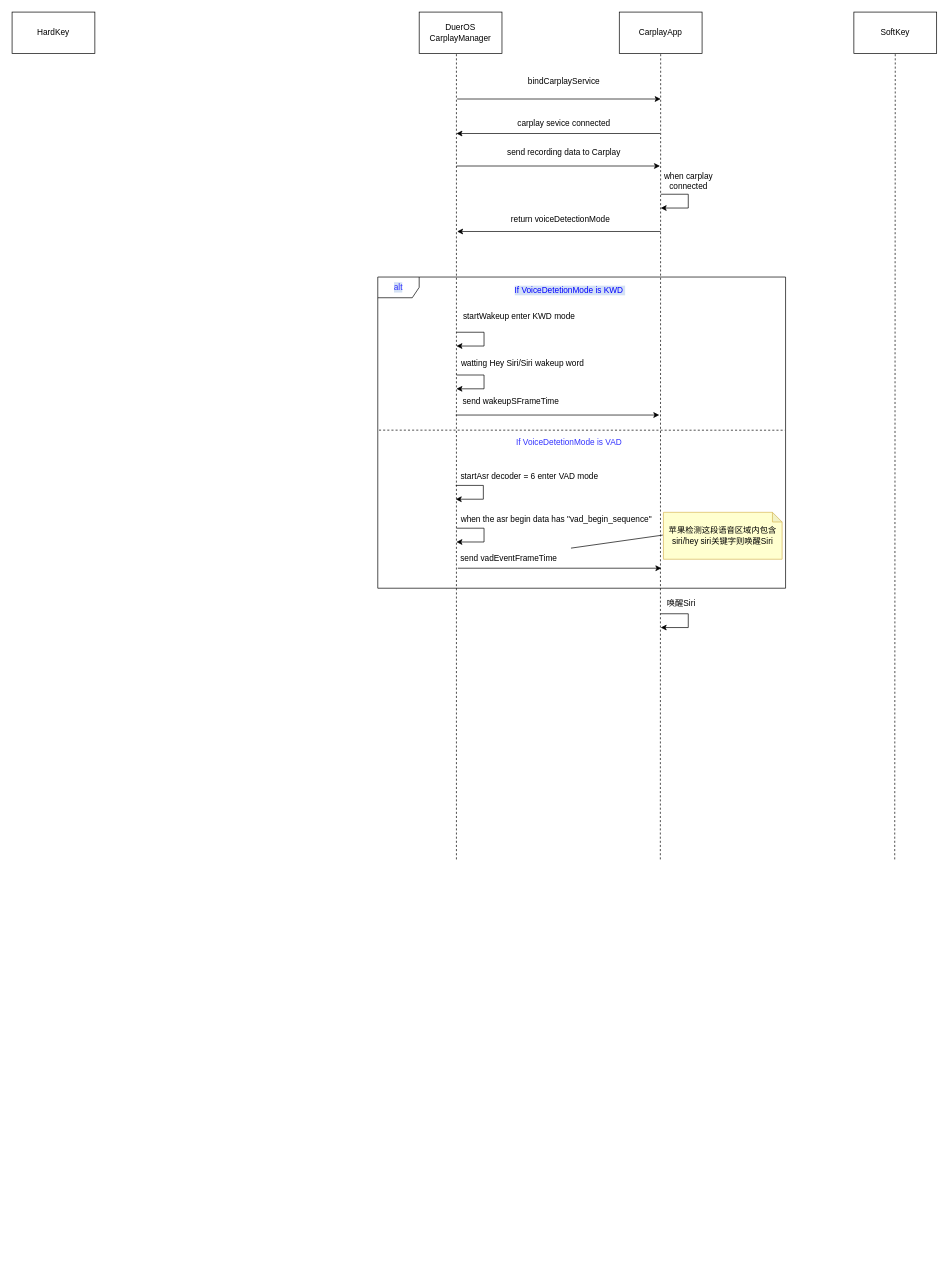
The draw.io diagram page "第 12 页" (12 of 12) of 未命名绘图.drawio in songlongGithub/CustomDemo, before the edit. Source tidied: cells renumbered, new cells numbered last; positions are measured from the earlier drawing's top-left corner, leaving out a move shared by most shapes. Both pictures are drawn from the tidied source at 69%, with x=0, y=0 at pixel (12, 12).
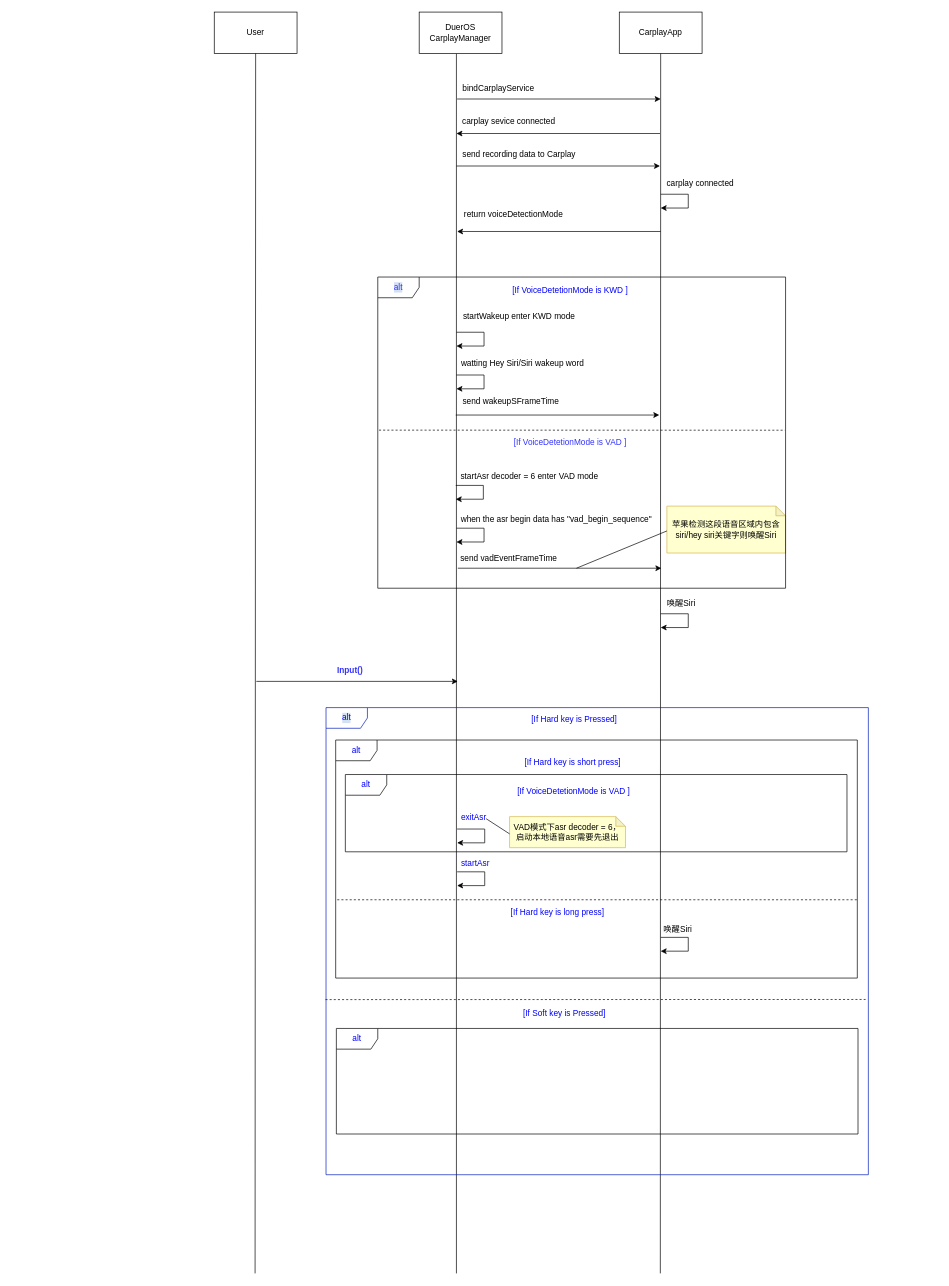
Above is the later version.

Commit message:
更新未命名绘图.drawio

Unchanged cells that the change refers to:
```xml
<mxCell id="2" value="DuerOS&lt;br&gt;CarplayManager" style="rounded=0;whiteSpace=wrap;html=1;" parent="1" vertex="1">
  <mxGeometry x="590" width="120" height="60" as="geometry" />
</mxCell>
<mxCell id="3" value="CarplayApp" style="rounded=0;whiteSpace=wrap;html=1;" parent="1" vertex="1">
  <mxGeometry x="880" width="120" height="60" as="geometry" />
</mxCell>
```

The edit, as a diff of the source:
```diff
@@
-    <mxCell id="4" style="endArrow=none;dashed=1;html=1;rounded=0;entryX=0.45;entryY=1.008;entryDx=0;entryDy=0;entryPerimeter=0;" parent="1" edge="1" target="2">
+    <mxCell id="4" style="endArrow=none;html=1;rounded=0;entryX=0.45;entryY=1.008;entryDx=0;entryDy=0;entryPerimeter=0;" parent="1" edge="1" target="2">
       <mxGeometry relative="1" as="geometry">
-        <mxPoint x="644" y="1228" as="sourcePoint" />
+        <mxPoint x="644" y="1828" as="sourcePoint" />
       </mxGeometry>
     </mxCell>
-    <mxCell id="5" style="endArrow=none;dashed=1;html=1;rounded=0;" parent="1" edge="1" target="3">
+    <mxCell id="5" style="endArrow=none;html=1;rounded=0;" parent="1" edge="1" target="3">
       <mxGeometry relative="1" as="geometry">
-        <mxPoint x="939.5" y="1228" as="sourcePoint" />
+        <mxPoint x="939.5" y="1828" as="sourcePoint" />
       </mxGeometry>
     </mxCell>
@@
     <mxCell id="7" value="bindCarplayService" style="text;html=1;strokeColor=none;fillColor=none;align=center;verticalAlign=middle;whiteSpace=wrap;rounded=0;" parent="1" vertex="1">
-      <mxGeometry x="770" y="86" width="60" height="30" as="geometry" />
+      <mxGeometry x="675" y="96" width="60" height="30" as="geometry" />
     </mxCell>
@@
     <mxCell id="9" value="return voiceDetectionMode" style="text;html=1;strokeColor=none;fillColor=none;align=center;verticalAlign=middle;whiteSpace=wrap;rounded=0;" parent="1" vertex="1">
-      <mxGeometry x="710" y="286" width="170" height="29" as="geometry" />
+      <mxGeometry x="642" y="279" width="170" height="29" as="geometry" />
     </mxCell>
@@
     <mxCell id="11" value="carplay sevice connected" style="text;html=1;strokeColor=none;fillColor=none;align=center;verticalAlign=middle;whiteSpace=wrap;rounded=0;" parent="1" vertex="1">
-      <mxGeometry x="730" y="146" width="140" height="30" as="geometry" />
+      <mxGeometry x="650" y="143" width="140" height="30" as="geometry" />
     </mxCell>
@@
-    <mxCell id="13" value="when carplay connected" style="text;html=1;strokeColor=none;fillColor=none;align=center;verticalAlign=middle;whiteSpace=wrap;rounded=0;" parent="1" vertex="1">
-      <mxGeometry x="915" y="226" width="131" height="38" as="geometry" />
+    <mxCell id="13" value="carplay connected" style="text;html=1;strokeColor=none;fillColor=none;align=center;verticalAlign=middle;whiteSpace=wrap;rounded=0;" parent="1" vertex="1">
+      <mxGeometry x="932" y="229" width="131" height="38" as="geometry" />
     </mxCell>
@@
     <mxCell id="15" value="send recording data to Carplay" style="text;html=1;strokeColor=none;fillColor=none;align=center;verticalAlign=middle;whiteSpace=wrap;rounded=0;" parent="1" vertex="1">
-      <mxGeometry x="685" y="189.9" width="230" height="27.1" as="geometry" />
+      <mxGeometry x="620" y="192" width="230" height="27.1" as="geometry" />
     </mxCell>
-    <mxCell id="16" value="HardKey" style="rounded=0;whiteSpace=wrap;html=1;" parent="1" vertex="1">
-      <mxGeometry width="120" height="60" as="geometry" />
-    </mxCell>
-    <mxCell id="17" value="SoftKey" style="rounded=0;whiteSpace=wrap;html=1;" parent="1" vertex="1">
-      <mxGeometry x="1220" width="120" height="60" as="geometry" />
+    <mxCell id="17" value="User" style="rounded=0;whiteSpace=wrap;html=1;" parent="1" vertex="1">
+      <mxGeometry x="293" width="120" height="60" as="geometry" />
     </mxCell>
-    <mxCell id="18" style="endArrow=none;dashed=1;html=1;rounded=0;" parent="1" edge="1" target="17">
+    <mxCell id="18" style="endArrow=none;html=1;rounded=0;" parent="1" edge="1" target="17">
       <mxGeometry relative="1" as="geometry">
-        <mxPoint x="1279.2" y="1228" as="sourcePoint" />
+        <mxPoint x="352.2" y="1828" as="sourcePoint" />
       </mxGeometry>
     </mxCell>
@@
     <mxCell id="22" value="苹果检测这段语音区域内包含siri/hey siri关键字则唤醒Siri" style="shape=note;whiteSpace=wrap;html=1;backgroundOutline=1;darkOpacity=0.05;rounded=0;shadow=0;sketch=0;fillColor=#ffffcf;strokeColor=#d6b656;size=14;" parent="1" vertex="1">
-      <mxGeometry x="944" y="725" width="172" height="68" as="geometry" />
+      <mxGeometry x="949" y="716" width="172" height="68" as="geometry" />
     </mxCell>
-    <mxCell id="23" value="&lt;font style=&quot;background-color: rgb(212, 225, 245);&quot; color=&quot;#0000ff&quot;&gt;If VoiceDetetionMode is KWD&amp;nbsp;&lt;/font&gt;" style="text;html=1;strokeColor=none;fillColor=none;align=center;verticalAlign=middle;whiteSpace=wrap;rounded=0;" parent="1" vertex="1">
+    <mxCell id="23" value="&lt;font style=&quot;&quot; color=&quot;#0000ff&quot;&gt;[If VoiceDetetionMode is KWD ]&lt;/font&gt;" style="text;html=1;strokeColor=none;fillColor=none;align=center;verticalAlign=middle;whiteSpace=wrap;rounded=0;" parent="1" vertex="1">
       <mxGeometry x="699" y="394" width="220" height="20" as="geometry" />
     </mxCell>
@@
-    <mxCell id="30" value="&lt;font color=&quot;#3333ff&quot;&gt;If VoiceDetetionMode is VAD&amp;nbsp;&lt;/font&gt;" style="text;html=1;strokeColor=none;fillColor=none;align=center;verticalAlign=middle;whiteSpace=wrap;rounded=0;" parent="1" vertex="1">
+    <mxCell id="30" value="&lt;font color=&quot;#3333ff&quot;&gt;[If VoiceDetetionMode is VAD ]&lt;/font&gt;" style="text;html=1;strokeColor=none;fillColor=none;align=center;verticalAlign=middle;whiteSpace=wrap;rounded=0;" parent="1" vertex="1">
       <mxGeometry x="699" y="614" width="220" height="20" as="geometry" />
     </mxCell>
@@
-    <mxCell id="38" style="endArrow=none;html=1;rounded=0;fontColor=#3333FF;" parent="1" edge="1">
+    <mxCell id="38" style="endArrow=none;html=1;rounded=0;fontColor=#3333FF;entryX=0;entryY=0.5;entryDx=0;entryDy=0;entryPerimeter=0;" parent="1" edge="1">
       <mxGeometry relative="1" as="geometry">
-        <mxPoint x="810" y="776.9" as="sourcePoint" />
-        <mxPoint x="943" y="758" as="targetPoint" />
+        <mxPoint x="818" y="806" as="sourcePoint" />
+        <mxPoint x="949" y="752" as="targetPoint" />
       </mxGeometry>
     </mxCell>
+    <mxCell id="39" style="endArrow=classic;html=1;rounded=0;fontColor=#3333FF;" parent="1" edge="1">
+      <mxGeometry relative="1" as="geometry">
+        <mxPoint x="354" y="970" as="sourcePoint" />
+        <mxPoint x="646" y="970" as="targetPoint" />
+      </mxGeometry>
+    </mxCell>
+    <mxCell id="40" value="Input()" style="text;align=center;fontStyle=1;verticalAlign=middle;spacingLeft=3;spacingRight=3;strokeColor=none;fontColor=#3333FF;" parent="1" vertex="1">
+      <mxGeometry x="450" y="941" width="80" height="26" as="geometry" />
+    </mxCell>
+    <mxCell id="41" value="&lt;font color=&quot;#0000ff&quot;&gt;alt&lt;/font&gt;" style="shape=umlFrame;whiteSpace=wrap;html=1;rounded=0;shadow=0;labelBackgroundColor=#D4E1F5;sketch=0;strokeWidth=1;fontColor=#ffffff;fillColor=none;strokeColor=#001DBC;" parent="1" vertex="1">
+      <mxGeometry x="455" y="1008" width="786" height="677" as="geometry" />
+    </mxCell>
+    <mxCell id="42" value="[If Hard key is Pressed]" style="text;strokeColor=none;fillColor=none;align=left;verticalAlign=top;spacingLeft=4;spacingRight=4;overflow=hidden;fontColor=#0000FF;" parent="1" vertex="1">
+      <mxGeometry x="747" y="1011" width="143" height="26" as="geometry" />
+    </mxCell>
+    <mxCell id="43" value="alt" style="shape=umlFrame;whiteSpace=wrap;html=1;rounded=0;shadow=0;labelBackgroundColor=none;sketch=0;strokeWidth=1;fontColor=#0000FF;fillColor=none;gradientColor=none;" parent="1" vertex="1">
+      <mxGeometry x="469" y="1055" width="756" height="345" as="geometry" />
+    </mxCell>
+    <mxCell id="44" value="[If Hard key is short press]" style="text;strokeColor=none;fillColor=none;align=left;verticalAlign=top;spacingLeft=4;spacingRight=4;overflow=hidden;fontColor=#0000FF;" parent="1" vertex="1">
+      <mxGeometry x="737" y="1074" width="153" height="24" as="geometry" />
+    </mxCell>
+    <mxCell id="45" value="alt" style="shape=umlFrame;whiteSpace=wrap;html=1;rounded=0;shadow=0;labelBackgroundColor=none;sketch=0;strokeWidth=1;fontColor=#0000FF;fillColor=none;gradientColor=none;" parent="1" vertex="1">
+      <mxGeometry x="483" y="1105" width="727" height="112" as="geometry" />
+    </mxCell>
+    <mxCell id="46" value="[If VoiceDetetionMode is VAD ]" style="text;strokeColor=none;fillColor=none;align=left;verticalAlign=top;spacingLeft=4;spacingRight=4;overflow=hidden;fontColor=#0000FF;" parent="1" vertex="1">
+      <mxGeometry x="726.5" y="1115" width="174" height="24" as="geometry" />
+    </mxCell>
+    <mxCell id="47" style="endArrow=classic;html=1;rounded=0;" parent="1" edge="1">
+      <mxGeometry relative="1" as="geometry">
+        <mxPoint x="645" y="1184" as="sourcePoint" />
+        <mxPoint x="645" y="1204" as="targetPoint" />
+        <Array as="points">
+          <mxPoint x="685" y="1184" />
+          <mxPoint x="685" y="1204" />
+        </Array>
+      </mxGeometry>
+    </mxCell>
+    <mxCell id="48" value="exitAsr" style="text;strokeColor=none;fillColor=none;align=left;verticalAlign=top;spacingLeft=4;spacingRight=4;overflow=hidden;fontColor=#0000FF;" parent="1" vertex="1">
+      <mxGeometry x="645" y="1154" width="49" height="24" as="geometry" />
+    </mxCell>
+    <mxCell id="49" style="endArrow=classic;html=1;rounded=0;" parent="1" edge="1">
+      <mxGeometry relative="1" as="geometry">
+        <mxPoint x="645" y="1246" as="sourcePoint" />
+        <mxPoint x="645" y="1266" as="targetPoint" />
+        <Array as="points">
+          <mxPoint x="685" y="1246" />
+          <mxPoint x="685" y="1266" />
+        </Array>
+      </mxGeometry>
+    </mxCell>
+    <mxCell id="50" value="VAD模式下asr decoder = 6，启动本地语音asr需要先退出" style="shape=note;whiteSpace=wrap;html=1;backgroundOutline=1;darkOpacity=0.05;rounded=0;shadow=0;sketch=0;fillColor=#ffffcf;strokeColor=#d6b656;size=14;" parent="1" vertex="1">
+      <mxGeometry x="721" y="1166" width="168" height="45" as="geometry" />
+    </mxCell>
+    <mxCell id="51" style="endArrow=none;html=1;rounded=0;fontColor=#0000FF;" parent="1" edge="1">
+      <mxGeometry relative="1" as="geometry">
+        <mxPoint x="687" y="1169" as="sourcePoint" />
+        <mxPoint x="721" y="1191" as="targetPoint" />
+      </mxGeometry>
+    </mxCell>
+    <mxCell id="52" value="startAsr" style="text;strokeColor=none;fillColor=none;align=left;verticalAlign=top;spacingLeft=4;spacingRight=4;overflow=hidden;fontColor=#0000FF;" parent="1" vertex="1">
+      <mxGeometry x="645" y="1220" width="56" height="24" as="geometry" />
+    </mxCell>
+    <mxCell id="53" style="endArrow=none;dashed=1;html=1;rounded=0;fontColor=#0000FF;entryX=1;entryY=0.671;entryDx=0;entryDy=0;entryPerimeter=0;exitX=0.003;exitY=0.671;exitDx=0;exitDy=0;exitPerimeter=0;" parent="1" edge="1" source="43" target="43">
+      <mxGeometry relative="1" as="geometry" />
+    </mxCell>
+    <mxCell id="54" value="[If Hard key is long press]" style="text;strokeColor=none;fillColor=none;align=left;verticalAlign=top;spacingLeft=4;spacingRight=4;overflow=hidden;fontColor=#0000FF;" parent="1" vertex="1">
+      <mxGeometry x="717" y="1291" width="153" height="24" as="geometry" />
+    </mxCell>
+    <mxCell id="55" style="endArrow=classic;html=1;rounded=0;" parent="1" edge="1">
+      <mxGeometry relative="1" as="geometry">
+        <mxPoint x="940" y="1341" as="sourcePoint" />
+        <mxPoint x="940" y="1361" as="targetPoint" />
+        <Array as="points">
+          <mxPoint x="980" y="1341" />
+          <mxPoint x="980" y="1361" />
+        </Array>
+      </mxGeometry>
+    </mxCell>
+    <mxCell id="56" value="唤醒Siri" style="text;html=1;strokeColor=none;fillColor=none;align=center;verticalAlign=middle;whiteSpace=wrap;rounded=0;" parent="1" vertex="1">
+      <mxGeometry x="935" y="1315" width="60" height="30" as="geometry" />
+    </mxCell>
+    <mxCell id="57" style="endArrow=none;dashed=1;html=1;rounded=0;fontColor=#0000FF;exitX=-0.001;exitY=0.73;exitDx=0;exitDy=0;exitPerimeter=0;" parent="1" edge="1">
+      <mxGeometry relative="1" as="geometry">
+        <mxPoint x="454.2" y="1431.2" as="sourcePoint" />
+        <mxPoint x="1237" y="1431" as="targetPoint" />
+      </mxGeometry>
+    </mxCell>
+    <mxCell id="58" value="[If Soft key is Pressed]" style="text;strokeColor=none;fillColor=none;align=left;verticalAlign=top;spacingLeft=4;spacingRight=4;overflow=hidden;fontColor=#0000FF;" parent="1" vertex="1">
+      <mxGeometry x="735" y="1437" width="143" height="26" as="geometry" />
+    </mxCell>
+    <mxCell id="59" value="alt" style="shape=umlFrame;whiteSpace=wrap;html=1;rounded=0;shadow=0;labelBackgroundColor=none;sketch=0;strokeWidth=1;fontColor=#0000FF;fillColor=none;gradientColor=none;" parent="1" vertex="1">
+      <mxGeometry x="470" y="1473" width="756" height="153" as="geometry" />
+    </mxCell>
```
